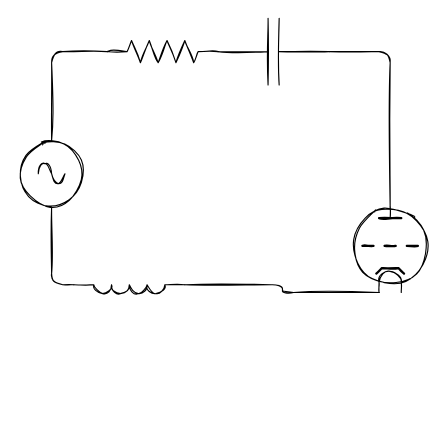
The draw.io diagram files/test01.drawio in aemakeye/circuit_calculator, before the edit. Source tidied: cells renumbered, new cells numbered last; positions are measured from the earlier drawing's top-left corner, leaving out a move shared by most shapes. Both pictures are drawn from the tidied source at 111%, with x=0, y=0 at pixel (18, 18).
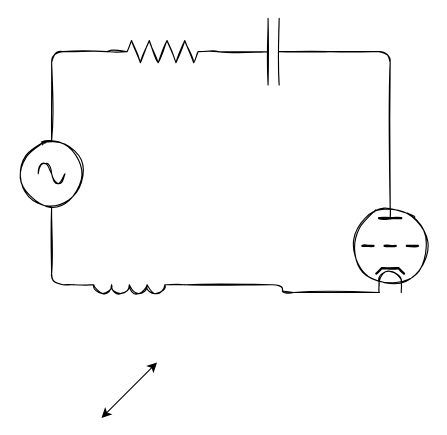
The same page after the edit.

Diff of the diagram source:
```diff
@@
 <mxGraphModel>
   <root>
     <mxCell id="0" />
     <mxCell id="1" parent="0" />
     <mxCell id="2" style="verticalLabelPosition=bottom;shadow=0;dashed=0;align=center;html=1;verticalAlign=top;shape=mxgraph.electrical.resistors.resistor_2;sketch=1;" parent="1" vertex="1">
       <mxGeometry x="80" y="20" width="100" height="20" as="geometry" />
     </mxCell>
     <mxCell id="3" style="verticalLabelPosition=bottom;shadow=0;dashed=0;align=center;html=1;verticalAlign=top;shape=mxgraph.electrical.capacitors.capacitor_1;sketch=1;" parent="1" vertex="1">
       <mxGeometry x="180" width="100" height="60" as="geometry" />
     </mxCell>
     <mxCell id="4" style="verticalLabelPosition=bottom;shadow=0;dashed=0;align=center;html=1;verticalAlign=top;shape=mxgraph.electrical.inductors.inductor_3;direction=west;sketch=1;" parent="1" vertex="1">
       <mxGeometry x="50" y="240" width="100" height="8" as="geometry" />
     </mxCell>
     <mxCell id="5" style="verticalLabelPosition=bottom;shadow=0;dashed=0;align=center;html=1;verticalAlign=top;shape=mxgraph.electrical.signal_sources.source;points=[[0.5,0,0],[1,0.5,0],[0.5,1,0],[0,0.5,0]];elSignalType=ac;sketch=1;" parent="1" vertex="1">
       <mxGeometry y="110" width="60" height="60" as="geometry" />
     </mxCell>
     <mxCell id="6" style="verticalLabelPosition=bottom;shadow=0;dashed=0;align=center;html=1;verticalAlign=top;shape=mxgraph.electrical.thermionic_devices.triode;sketch=1;" parent="1" vertex="1">
       <mxGeometry x="300" y="170" width="70" height="77" as="geometry" />
     </mxCell>
     <mxCell id="7" style="endArrow=none;html=1;entryX=1;entryY=0.5;entryDx=0;entryDy=0;entryPerimeter=0;exitX=0.5;exitY=0;exitDx=0;exitDy=0;exitPerimeter=0;edgeStyle=orthogonalEdgeStyle;sketch=1;" parent="1" edge="1" source="6" target="3">
       <mxGeometry relative="1" as="geometry" />
     </mxCell>
     <mxCell id="8" style="endArrow=none;html=1;exitX=1;exitY=1;exitDx=0;exitDy=0;exitPerimeter=0;entryX=0.5;entryY=1;entryDx=0;entryDy=0;entryPerimeter=0;edgeStyle=elbowEdgeStyle;sketch=1;" parent="1" edge="1" source="4" target="5">
       <mxGeometry relative="1" as="geometry">
         <Array as="points">
           <mxPoint x="30" y="210" />
         </Array>
       </mxGeometry>
     </mxCell>
     <mxCell id="9" style="endArrow=none;html=1;entryX=0;entryY=0.5;entryDx=0;entryDy=0;entryPerimeter=0;exitX=0.5;exitY=0;exitDx=0;exitDy=0;exitPerimeter=0;edgeStyle=orthogonalEdgeStyle;sketch=1;" parent="1" edge="1" source="5" target="2">
       <mxGeometry relative="1" as="geometry" />
     </mxCell>
     <mxCell id="10" style="endArrow=none;html=1;entryX=0.36;entryY=1;entryDx=0;entryDy=0;entryPerimeter=0;exitX=0;exitY=1;exitDx=0;exitDy=0;exitPerimeter=0;edgeStyle=elbowEdgeStyle;sketch=1;" parent="1" edge="1" source="4" target="6">
       <mxGeometry relative="1" as="geometry" />
     </mxCell>
+    <mxCell id="11" style="endArrow=classic;startArrow=classic;html=1;rounded=0;" parent="1" edge="1">
+      <mxGeometry relative="1" as="geometry">
+        <mxPoint x="75" y="360" as="sourcePoint" />
+        <mxPoint x="125" y="310" as="targetPoint" />
+      </mxGeometry>
+    </mxCell>
   </root>
 </mxGraphModel>
```
